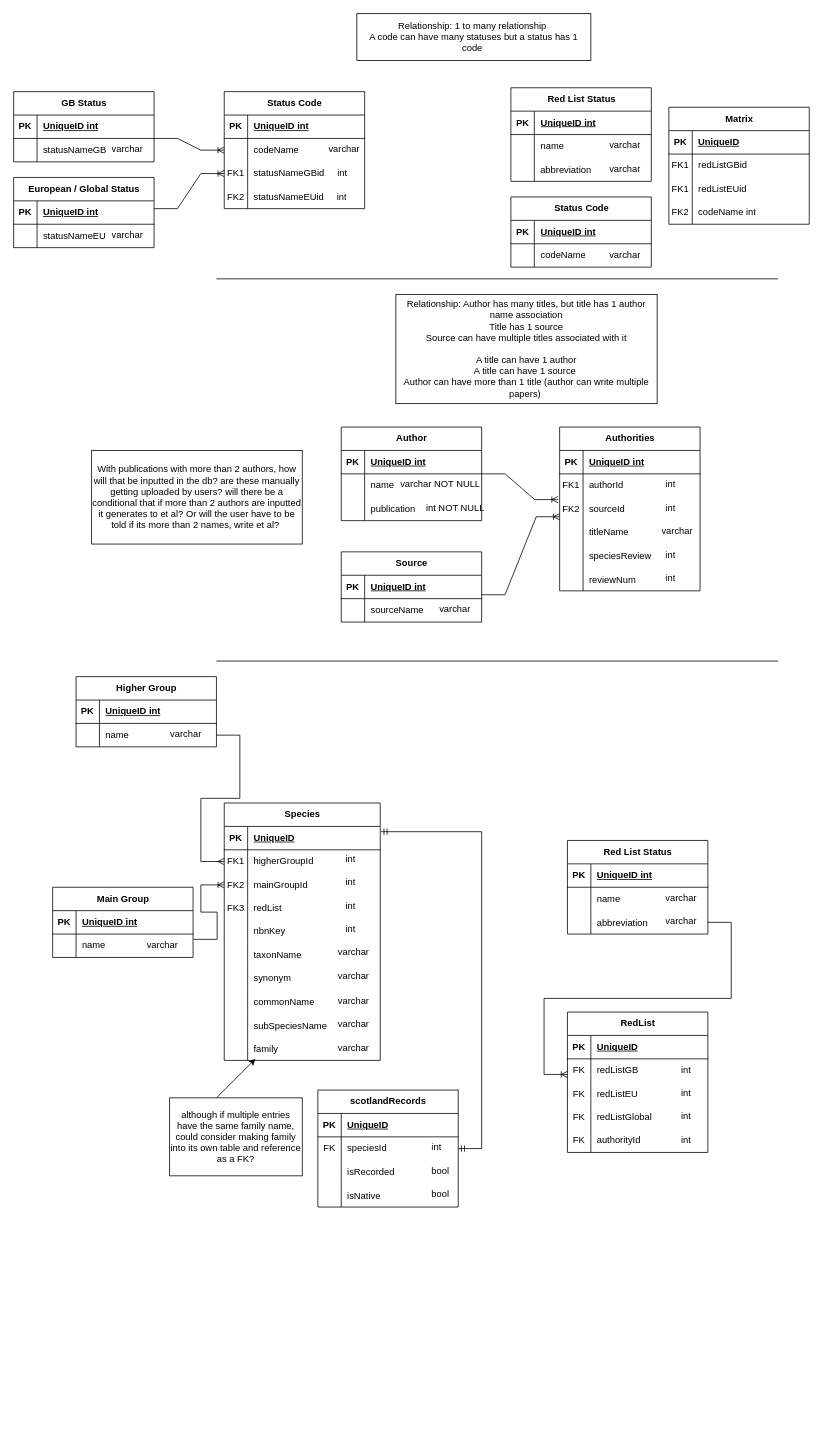
ShazSeatter/db-diagrams keeps this draw.io diagram as Untitled Diagram.drawio. Above is the earlier version. Source tidied: cells renumbered, new cells numbered last; positions are measured from the earlier drawing's top-left corner, leaving out a move shared by most shapes. Both pictures are drawn from the tidied source at 78%, with x=0, y=0 at pixel (13, 13).
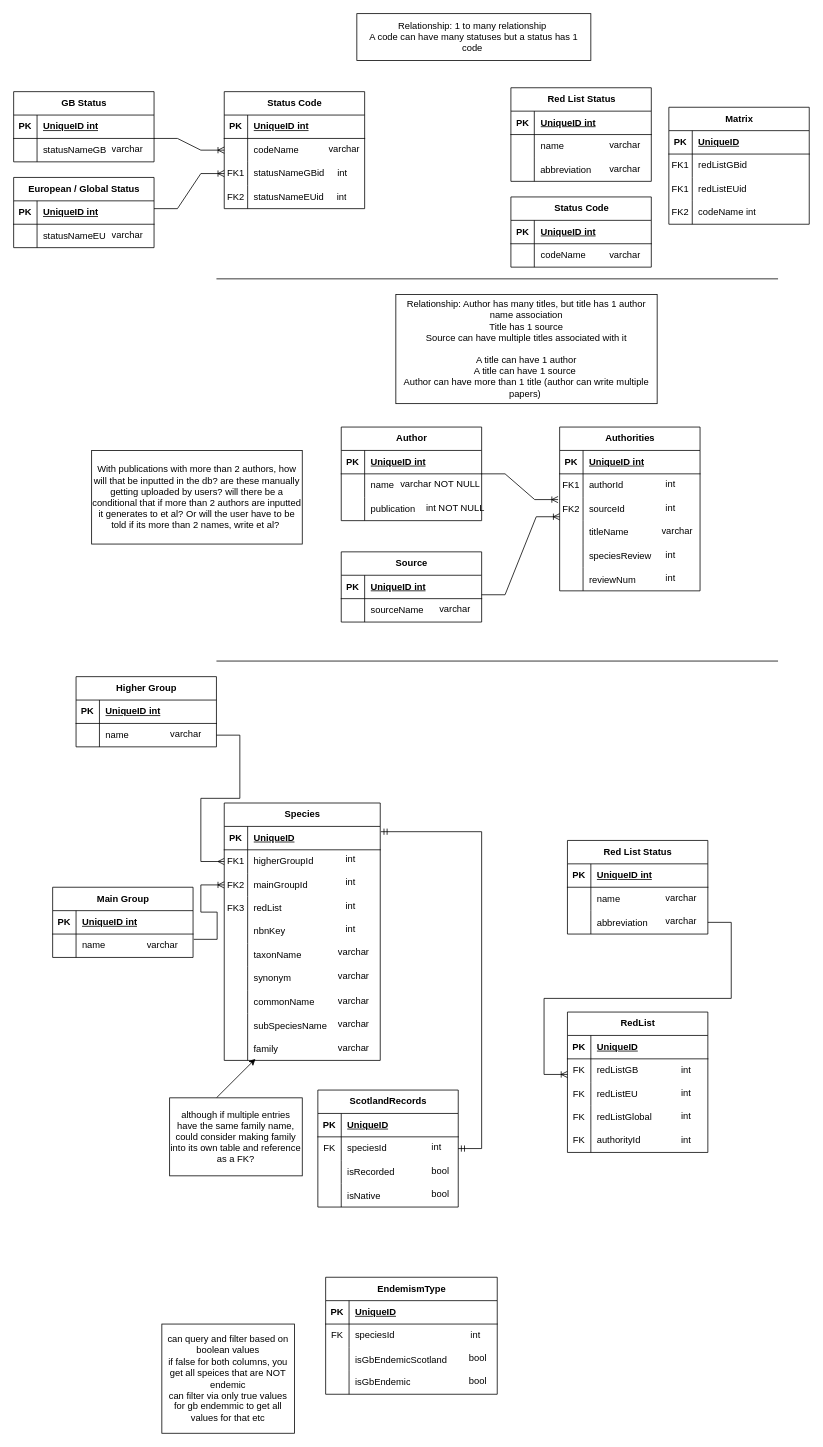
The same page after the edit.

Commit message:
drafted type table

Unchanged cells that the change refers to:
```xml
<mxCell id="212" style="group;" parent="1" vertex="1">
  <mxGeometry x="390" y="1380" width="180" height="150" as="geometry" />
</mxCell>
```

What changed in the source:
```diff
@@
-    <mxCell id="213" value="scotlandRecords" style="shape=table;startSize=30;childLayout=tableLayout;rowLines=0;fontStyle=1;align=center;html=1;" parent="212" vertex="1">
+    <mxCell id="213" value="ScotlandRecords" style="shape=table;startSize=30;childLayout=tableLayout;rowLines=0;fontStyle=1;align=center;html=1;" parent="212" vertex="1">
       <mxGeometry width="180" height="150" as="geometry" />
     </mxCell>
@@
+    <mxCell id="236" value="EndemismType" style="shape=table;startSize=30;childLayout=tableLayout;rowLines=0;fontStyle=1;align=center;html=1;" parent="1" vertex="1">
+      <mxGeometry x="400" y="1620" width="220" height="150" as="geometry" />
+    </mxCell>
+    <mxCell id="237" style="shape=tableRow;horizontal=0;startSize=0;swimlaneHead=0;swimlaneBody=0;fillColor=none;top=0;left=0;right=0;bottom=1;" parent="236" vertex="1">
+      <mxGeometry y="30" width="220" height="30" as="geometry" />
+    </mxCell>
+    <mxCell id="238" value="PK" style="shape=partialRectangle;fillColor=none;top=0;left=0;bottom=0;right=0;fontStyle=1;overflow=hidden;whiteSpace=wrap;html=1;" parent="237" vertex="1">
+      <mxGeometry width="30" height="30" as="geometry" />
+    </mxCell>
+    <mxCell id="239" value="UniqueID" style="shape=partialRectangle;fillColor=none;top=0;left=0;bottom=0;right=0;align=left;spacingLeft=6;fontStyle=5;overflow=hidden;whiteSpace=wrap;html=1;" parent="237" vertex="1">
+      <mxGeometry x="30" width="190" height="30" as="geometry" />
+    </mxCell>
+    <mxCell id="240" style="shape=tableRow;horizontal=0;startSize=0;swimlaneHead=0;swimlaneBody=0;fillColor=none;top=0;left=0;right=0;bottom=0;" parent="236" vertex="1">
+      <mxGeometry y="60" width="220" height="30" as="geometry" />
+    </mxCell>
+    <mxCell id="241" value="FK" style="shape=partialRectangle;fillColor=none;top=0;left=0;bottom=0;right=0;fontStyle=0;overflow=hidden;whiteSpace=wrap;html=1;" parent="240" vertex="1">
+      <mxGeometry width="30" height="30" as="geometry" />
+    </mxCell>
+    <mxCell id="242" value="speciesId" style="shape=partialRectangle;fillColor=none;top=0;left=0;bottom=0;right=0;align=left;spacingLeft=6;fontStyle=0;overflow=hidden;whiteSpace=wrap;html=1;" parent="240" vertex="1">
+      <mxGeometry x="30" width="190" height="30" as="geometry" />
+    </mxCell>
+    <mxCell id="243" style="shape=tableRow;horizontal=0;startSize=0;swimlaneHead=0;swimlaneBody=0;fillColor=none;top=0;left=0;right=0;bottom=0;" parent="236" vertex="1">
+      <mxGeometry y="90" width="220" height="30" as="geometry" />
+    </mxCell>
+    <mxCell id="244" style="shape=partialRectangle;fillColor=none;top=0;left=0;bottom=0;right=0;overflow=hidden;" parent="243" vertex="1">
+      <mxGeometry width="30" height="30" as="geometry" />
+    </mxCell>
+    <mxCell id="245" value="isGbEndemicScotland" style="shape=partialRectangle;fillColor=none;top=0;left=0;bottom=0;right=0;align=left;spacingLeft=6;overflow=hidden;" parent="243" vertex="1">
+      <mxGeometry x="30" width="190" height="30" as="geometry" />
+    </mxCell>
+    <mxCell id="246" style="shape=tableRow;horizontal=0;startSize=0;swimlaneHead=0;swimlaneBody=0;fillColor=none;top=0;left=0;right=0;bottom=0;" parent="236" vertex="1">
+      <mxGeometry y="120" width="220" height="30" as="geometry" />
+    </mxCell>
+    <mxCell id="247" style="shape=partialRectangle;fillColor=none;top=0;left=0;bottom=0;right=0;overflow=hidden;whiteSpace=wrap;html=1;" parent="246" vertex="1">
+      <mxGeometry width="30" height="30" as="geometry" />
+    </mxCell>
+    <mxCell id="248" value="isGbEndemic" style="shape=partialRectangle;fillColor=none;top=0;left=0;bottom=0;right=0;align=left;spacingLeft=6;overflow=hidden;whiteSpace=wrap;html=1;" parent="246" vertex="1">
+      <mxGeometry x="30" width="190" height="30" as="geometry" />
+    </mxCell>
+    <mxCell id="249" value="bool" style="text;strokeColor=none;fillColor=none;spacingLeft=4;spacingRight=4;overflow=hidden;fontSize=12;whiteSpace=wrap;html=1;" parent="1" vertex="1">
+      <mxGeometry x="577.5" y="1740" width="60" height="30" as="geometry" />
+    </mxCell>
+    <mxCell id="250" value="bool" style="text;strokeColor=none;fillColor=none;spacingLeft=4;spacingRight=4;overflow=hidden;fontSize=12;whiteSpace=wrap;html=1;" parent="1" vertex="1">
+      <mxGeometry x="577.5" y="1710" width="60" height="30" as="geometry" />
+    </mxCell>
+    <mxCell id="251" value="can query and filter based on boolean values&lt;br&gt;if false for both columns, you get all speices that are NOT endemic&lt;br&gt;can filter via only true values for gb endemmic to get all values for that etc" style="rounded=0;whiteSpace=wrap;html=1;" parent="1" vertex="1">
+      <mxGeometry x="190" y="1680" width="170" height="140" as="geometry" />
+    </mxCell>
+    <mxCell id="252" value="int" style="text;strokeColor=none;fillColor=none;spacingLeft=4;spacingRight=4;overflow=hidden;fontSize=12;whiteSpace=wrap;html=1;" parent="1" vertex="1">
+      <mxGeometry x="580" y="1680" width="40" height="30" as="geometry" />
+    </mxCell>
```
